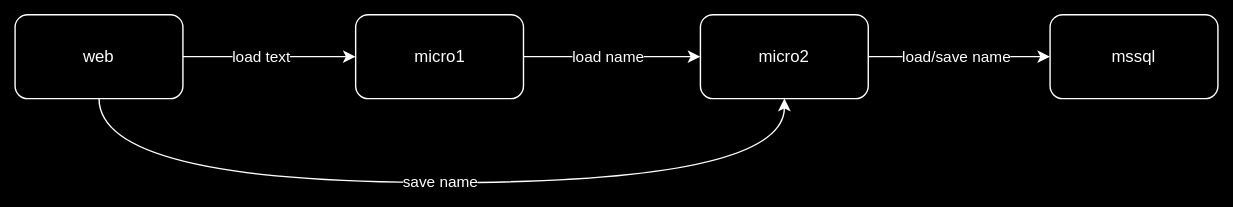
Before: docs/sample-app.drawio.svg, a diagram exported from draw.io (andreasgerner/distributed-tracing). Source tidied: cells renumbered, new cells last; positions are measured from the earlier drawing's top-left corner, leaving out a move shared by most shapes.
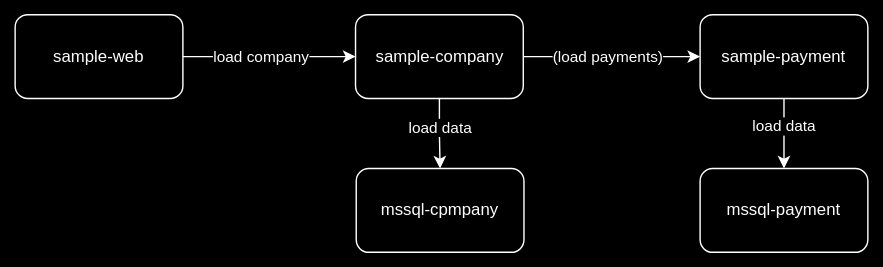
Above is the later version.

The edit, as a diff of the source:
```diff
@@ -5,49 +5,45 @@
     <mxCell id="2" style="edgeStyle=orthogonalEdgeStyle;rounded=0;jettySize=auto;html=1;" parent="1" edge="1" source="6" target="9">
       <mxGeometry relative="1" as="geometry" />
     </mxCell>
-    <mxCell id="3" value="load text" style="edgeLabel;html=1;align=center;verticalAlign=middle;" parent="2" vertex="1">
+    <mxCell id="3" value="load company" style="edgeLabel;html=1;align=center;verticalAlign=middle;" parent="2" vertex="1">
       <mxGeometry x="-0.1" relative="1" as="geometry" />
     </mxCell>
-    <mxCell id="4" style="edgeStyle=orthogonalEdgeStyle;rounded=0;jettySize=auto;html=1;curved=1;" parent="1" edge="1" source="6" target="12">
-      <mxGeometry relative="1" as="geometry">
-        <Array as="points">
-          <mxPoint x="60" y="120" />
-          <mxPoint x="550" y="120" />
-        </Array>
-      </mxGeometry>
-    </mxCell>
-    <mxCell id="5" value="save name" style="edgeLabel;html=1;align=center;verticalAlign=middle;" parent="4" vertex="1">
-      <mxGeometry x="-0.01" relative="1" as="geometry">
-        <mxPoint x="1" as="offset" />
-      </mxGeometry>
-    </mxCell>
-    <mxCell id="6" value="web" style="rounded=1;whiteSpace=wrap;html=1;" parent="1" vertex="1">
+    <mxCell id="6" value="sample-web" style="rounded=1;whiteSpace=wrap;html=1;" parent="1" vertex="1">
       <mxGeometry width="120" height="60" as="geometry" />
     </mxCell>
     <mxCell id="7" style="edgeStyle=orthogonalEdgeStyle;rounded=0;jettySize=auto;html=1;" parent="1" edge="1" source="9" target="12">
       <mxGeometry relative="1" as="geometry" />
     </mxCell>
-    <mxCell id="8" value="load name" style="edgeLabel;html=1;align=center;verticalAlign=middle;" parent="7" vertex="1">
+    <mxCell id="8" value="(load payments)" style="edgeLabel;html=1;align=center;verticalAlign=middle;" parent="7" vertex="1">
       <mxGeometry x="-0.04" y="2" relative="1" as="geometry">
         <mxPoint y="2" as="offset" />
       </mxGeometry>
     </mxCell>
+    <mxCell id="14" style="edgeStyle=orthogonalEdgeStyle;rounded=0;jettySize=auto;html=1;" parent="1" edge="1" source="9" target="16">
+      <mxGeometry relative="1" as="geometry" />
+    </mxCell>
+    <mxCell id="15" value="load data" style="edgeLabel;html=1;align=center;verticalAlign=middle;" parent="14" vertex="1">
+      <mxGeometry x="-0.16" relative="1" as="geometry" />
+    </mxCell>
-    <mxCell id="9" value="micro1" style="rounded=1;whiteSpace=wrap;html=1;" parent="1" vertex="1">
+    <mxCell id="9" value="sample-company" style="rounded=1;whiteSpace=wrap;html=1;" parent="1" vertex="1">
       <mxGeometry x="243.5" width="120" height="60" as="geometry" />
     </mxCell>
     <mxCell id="10" style="edgeStyle=orthogonalEdgeStyle;rounded=0;jettySize=auto;html=1;" parent="1" edge="1" source="12" target="13">
       <mxGeometry relative="1" as="geometry" />
     </mxCell>
-    <mxCell id="11" value="load/save name" style="edgeLabel;html=1;align=center;verticalAlign=middle;" parent="10" vertex="1">
+    <mxCell id="11" value="load data" style="edgeLabel;html=1;align=center;verticalAlign=middle;" parent="10" vertex="1">
       <mxGeometry x="-0.04" y="1" relative="1" as="geometry">
-        <mxPoint y="1" as="offset" />
+        <mxPoint x="-1" y="-4" as="offset" />
       </mxGeometry>
     </mxCell>
-    <mxCell id="12" value="micro2" style="rounded=1;whiteSpace=wrap;html=1;" parent="1" vertex="1">
+    <mxCell id="12" value="sample-payment" style="rounded=1;whiteSpace=wrap;html=1;" parent="1" vertex="1">
       <mxGeometry x="490" width="120" height="60" as="geometry" />
     </mxCell>
-    <mxCell id="13" value="mssql" style="rounded=1;whiteSpace=wrap;html=1;" parent="1" vertex="1">
-      <mxGeometry x="740" width="120" height="60" as="geometry" />
+    <mxCell id="13" value="mssql-payment" style="rounded=1;whiteSpace=wrap;html=1;" parent="1" vertex="1">
+      <mxGeometry x="490" y="110" width="120" height="60" as="geometry" />
     </mxCell>
+    <mxCell id="16" value="mssql-cpmpany" style="rounded=1;whiteSpace=wrap;html=1;" parent="1" vertex="1">
+      <mxGeometry x="244" y="110" width="120" height="60" as="geometry" />
+    </mxCell>
   </root>
 </mxGraphModel>
```
